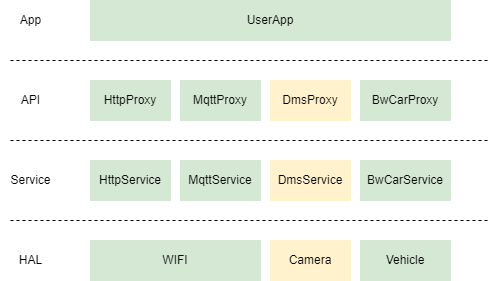
The draw.io diagram x9hp/用户中心软件架构.png in notigit/Image, before a commit. Source tidied: cells renumbered, new cells last; positions are measured from the earlier drawing's top-left corner, leaving out a move shared by most shapes.
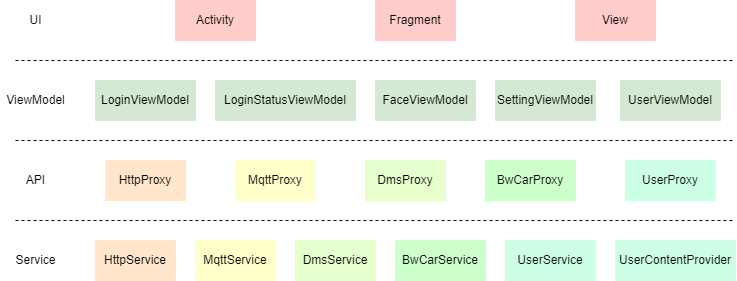
The same diagram one commit later.

Commit message:
更新用户中心软件架构.png

The edit, as a diff of the source:
```diff
@@ -2,71 +2,92 @@
   <root>
     <mxCell id="0" />
     <mxCell id="1" parent="0" />
-    <mxCell id="2" value="UserApp" style="rounded=0;whiteSpace=wrap;html=1;fillColor=#D5E8D4;strokeColor=#D5E8D4;" parent="1" vertex="1">
-      <mxGeometry x="90" width="360" height="40" as="geometry" />
+    <mxCell id="2" value="Activity" style="rounded=0;whiteSpace=wrap;html=1;fillColor=#FFCCCC;strokeColor=#FFCCCC;" parent="1" vertex="1">
+      <mxGeometry x="170" width="80" height="40" as="geometry" />
     </mxCell>
     <mxCell id="3" style="endArrow=none;dashed=1;html=1;rounded=0;" parent="1" edge="1">
       <mxGeometry relative="1" as="geometry">
         <mxPoint x="10" y="60" as="sourcePoint" />
-        <mxPoint x="490" y="60" as="targetPoint" />
+        <mxPoint x="730" y="60" as="targetPoint" />
       </mxGeometry>
     </mxCell>
-    <mxCell id="4" value="App" style="text;html=1;align=center;verticalAlign=middle;strokeColor=none;fillColor=none;" parent="1" vertex="1">
-      <mxGeometry x="10" y="10" width="40" height="20" as="geometry" />
+    <mxCell id="4" value="UI" style="text;html=1;align=center;verticalAlign=middle;strokeColor=none;fillColor=none;" parent="1" vertex="1">
+      <mxGeometry x="15" y="10" width="30" height="20" as="geometry" />
     </mxCell>
-    <mxCell id="5" value="HttpProxy" style="rounded=0;whiteSpace=wrap;html=1;fillColor=#D5E8D4;strokeColor=#D5E8D4;" parent="1" vertex="1">
-      <mxGeometry x="90" y="80" width="80" height="40" as="geometry" />
+    <mxCell id="5" value="HttpProxy" style="rounded=0;whiteSpace=wrap;html=1;fillColor=#FFE6CC;strokeColor=#FFE6CC;" parent="1" vertex="1">
+      <mxGeometry x="100" y="160" width="80" height="40" as="geometry" />
     </mxCell>
-    <mxCell id="6" value="MqttProxy" style="rounded=0;whiteSpace=wrap;html=1;fillColor=#D5E8D4;strokeColor=#D5E8D4;" parent="1" vertex="1">
-      <mxGeometry x="180" y="80" width="80" height="40" as="geometry" />
+    <mxCell id="6" value="MqttProxy" style="rounded=0;whiteSpace=wrap;html=1;fillColor=#FFFFCC;strokeColor=#FFFFCC;" parent="1" vertex="1">
+      <mxGeometry x="230" y="160" width="80" height="40" as="geometry" />
     </mxCell>
-    <mxCell id="7" value="DmsProxy" style="rounded=0;whiteSpace=wrap;html=1;fillColor=#FFF2CC;strokeColor=#FFF2CC;" parent="1" vertex="1">
-      <mxGeometry x="270" y="80" width="80" height="40" as="geometry" />
+    <mxCell id="7" value="DmsProxy" style="rounded=0;whiteSpace=wrap;html=1;fillColor=#E6FFCC;strokeColor=#E6FFCC;" parent="1" vertex="1">
+      <mxGeometry x="360" y="160" width="80" height="40" as="geometry" />
     </mxCell>
-    <mxCell id="8" value="BwCarProxy" style="rounded=0;whiteSpace=wrap;html=1;fillColor=#D5E8D4;strokeColor=#D5E8D4;" parent="1" vertex="1">
-      <mxGeometry x="360" y="80" width="90" height="40" as="geometry" />
+    <mxCell id="8" value="BwCarProxy" style="rounded=0;whiteSpace=wrap;html=1;fillColor=#CCFFCC;strokeColor=#CCFFCC;" parent="1" vertex="1">
+      <mxGeometry x="480" y="160" width="90" height="40" as="geometry" />
     </mxCell>
     <mxCell id="9" value="API" style="text;html=1;align=center;verticalAlign=middle;strokeColor=none;fillColor=none;" parent="1" vertex="1">
-      <mxGeometry x="15" y="90" width="30" height="20" as="geometry" />
+      <mxGeometry x="15" y="170" width="30" height="20" as="geometry" />
     </mxCell>
     <mxCell id="10" style="endArrow=none;dashed=1;html=1;rounded=0;" parent="1" edge="1">
       <mxGeometry relative="1" as="geometry">
-        <mxPoint x="10" y="140" as="sourcePoint" />
-        <mxPoint x="490" y="140" as="targetPoint" />
+        <mxPoint x="10" y="220" as="sourcePoint" />
+        <mxPoint x="730" y="220" as="targetPoint" />
       </mxGeometry>
     </mxCell>
-    <mxCell id="11" value="HttpService" style="rounded=0;whiteSpace=wrap;html=1;fillColor=#D5E8D4;strokeColor=#D5E8D4;" parent="1" vertex="1">
-      <mxGeometry x="90" y="160" width="80" height="40" as="geometry" />
+    <mxCell id="11" value="HttpService" style="rounded=0;whiteSpace=wrap;html=1;fillColor=#FFE6CC;strokeColor=#FFE6CC;" parent="1" vertex="1">
+      <mxGeometry x="90" y="240" width="80" height="40" as="geometry" />
     </mxCell>
-    <mxCell id="12" value="MqttService" style="rounded=0;whiteSpace=wrap;html=1;fillColor=#D5E8D4;strokeColor=#D5E8D4;" parent="1" vertex="1">
-      <mxGeometry x="180" y="160" width="80" height="40" as="geometry" />
+    <mxCell id="12" value="MqttService" style="rounded=0;whiteSpace=wrap;html=1;fillColor=#FFFFCC;strokeColor=#FFFFCC;" parent="1" vertex="1">
+      <mxGeometry x="190" y="240" width="80" height="40" as="geometry" />
     </mxCell>
-    <mxCell id="13" value="DmsService" style="rounded=0;whiteSpace=wrap;html=1;fillColor=#FFF2CC;strokeColor=#FFF2CC;" parent="1" vertex="1">
-      <mxGeometry x="270" y="160" width="80" height="40" as="geometry" />
+    <mxCell id="13" value="DmsService" style="rounded=0;whiteSpace=wrap;html=1;fillColor=#E6FFCC;strokeColor=#E6FFCC;" parent="1" vertex="1">
+      <mxGeometry x="290" y="240" width="80" height="40" as="geometry" />
     </mxCell>
-    <mxCell id="14" value="BwCarService" style="rounded=0;whiteSpace=wrap;html=1;fillColor=#D5E8D4;strokeColor=#D5E8D4;" parent="1" vertex="1">
-      <mxGeometry x="360" y="160" width="90" height="40" as="geometry" />
+    <mxCell id="14" value="BwCarService" style="rounded=0;whiteSpace=wrap;html=1;fillColor=#CCFFCC;strokeColor=#CCFFCC;" parent="1" vertex="1">
+      <mxGeometry x="390" y="240" width="90" height="40" as="geometry" />
     </mxCell>
     <mxCell id="15" value="Service" style="text;html=1;align=center;verticalAlign=middle;strokeColor=none;fillColor=none;" parent="1" vertex="1">
-      <mxGeometry y="170" width="60" height="20" as="geometry" />
+      <mxGeometry y="250" width="60" height="20" as="geometry" />
     </mxCell>
-    <mxCell id="16" style="endArrow=none;dashed=1;html=1;rounded=0;" parent="1" edge="1">
-      <mxGeometry relative="1" as="geometry">
-        <mxPoint x="10" y="220" as="sourcePoint" />
-        <mxPoint x="490" y="220" as="targetPoint" />
-      </mxGeometry>
-    </mxCell>
-    <mxCell id="17" value="WIFI" style="rounded=0;whiteSpace=wrap;html=1;fillColor=#D5E8D4;strokeColor=#D5E8D4;" parent="1" vertex="1">
-      <mxGeometry x="90" y="240" width="170" height="40" as="geometry" />
-    </mxCell>
-    <mxCell id="18" value="Camera" style="rounded=0;whiteSpace=wrap;html=1;fillColor=#FFF2CC;strokeColor=#FFF2CC;" parent="1" vertex="1">
-      <mxGeometry x="270" y="240" width="80" height="40" as="geometry" />
-    </mxCell>
-    <mxCell id="19" value="Vehicle" style="rounded=0;whiteSpace=wrap;html=1;fillColor=#D5E8D4;strokeColor=#D5E8D4;" parent="1" vertex="1">
-      <mxGeometry x="360" y="240" width="90" height="40" as="geometry" />
-    </mxCell>
-    <mxCell id="20" value="HAL" style="text;html=1;align=center;verticalAlign=middle;strokeColor=none;fillColor=none;" parent="1" vertex="1">
-      <mxGeometry x="10" y="250" width="40" height="20" as="geometry" />
-    </mxCell>
+    <mxCell id="21" value="Fragment" style="rounded=0;whiteSpace=wrap;html=1;fillColor=#FFCCCC;strokeColor=#FFCCCC;" parent="1" vertex="1">
+      <mxGeometry x="370" width="80" height="40" as="geometry" />
+    </mxCell>
+    <mxCell id="22" value="View" style="rounded=0;whiteSpace=wrap;html=1;fillColor=#FFCCCC;strokeColor=#FFCCCC;" parent="1" vertex="1">
+      <mxGeometry x="570" width="80" height="40" as="geometry" />
+    </mxCell>
+    <mxCell id="23" value="LoginViewModel" style="rounded=0;whiteSpace=wrap;html=1;fillColor=#D5E8D4;strokeColor=#D5E8D4;" parent="1" vertex="1">
+      <mxGeometry x="90" y="80" width="100" height="40" as="geometry" />
+    </mxCell>
+    <mxCell id="24" style="endArrow=none;dashed=1;html=1;rounded=0;" parent="1" edge="1">
+      <mxGeometry relative="1" as="geometry">
+        <mxPoint x="10" y="140" as="sourcePoint" />
+        <mxPoint x="730" y="140" as="targetPoint" />
+      </mxGeometry>
+    </mxCell>
+    <mxCell id="25" value="ViewModel" style="text;html=1;align=center;verticalAlign=middle;strokeColor=none;fillColor=none;" parent="1" vertex="1">
+      <mxGeometry x="-5" y="90" width="70" height="20" as="geometry" />
+    </mxCell>
+    <mxCell id="26" value="LoginStatusViewModel" style="rounded=0;whiteSpace=wrap;html=1;fillColor=#D5E8D4;strokeColor=#D5E8D4;" parent="1" vertex="1">
+      <mxGeometry x="210" y="80" width="140" height="40" as="geometry" />
+    </mxCell>
+    <mxCell id="27" value="UserProxy" style="rounded=0;whiteSpace=wrap;html=1;fillColor=#CCFFE6;strokeColor=#CCFFE6;" parent="1" vertex="1">
+      <mxGeometry x="620" y="160" width="90" height="40" as="geometry" />
+    </mxCell>
+    <mxCell id="28" value="UserViewModel" style="rounded=0;whiteSpace=wrap;html=1;fillColor=#D5E8D4;strokeColor=#D5E8D4;" parent="1" vertex="1">
+      <mxGeometry x="615" y="80" width="100" height="40" as="geometry" />
+    </mxCell>
+    <mxCell id="29" value="UserService" style="rounded=0;whiteSpace=wrap;html=1;fillColor=#CCFFE6;strokeColor=#CCFFE6;" parent="1" vertex="1">
+      <mxGeometry x="500" y="240" width="90" height="40" as="geometry" />
+    </mxCell>
+    <mxCell id="30" value="SettingViewModel" style="rounded=0;whiteSpace=wrap;html=1;fillColor=#D5E8D4;strokeColor=#D5E8D4;" parent="1" vertex="1">
+      <mxGeometry x="490" y="80" width="100" height="40" as="geometry" />
+    </mxCell>
+    <mxCell id="31" value="UserContentProvider" style="rounded=0;whiteSpace=wrap;html=1;fillColor=#CCFFE6;strokeColor=#CCFFE6;" parent="1" vertex="1">
+      <mxGeometry x="610" y="240" width="120" height="40" as="geometry" />
+    </mxCell>
+    <mxCell id="32" value="FaceViewModel" style="rounded=0;whiteSpace=wrap;html=1;fillColor=#D5E8D4;strokeColor=#D5E8D4;" parent="1" vertex="1">
+      <mxGeometry x="370" y="80" width="100" height="40" as="geometry" />
+    </mxCell>
   </root>
 </mxGraphModel>
```
